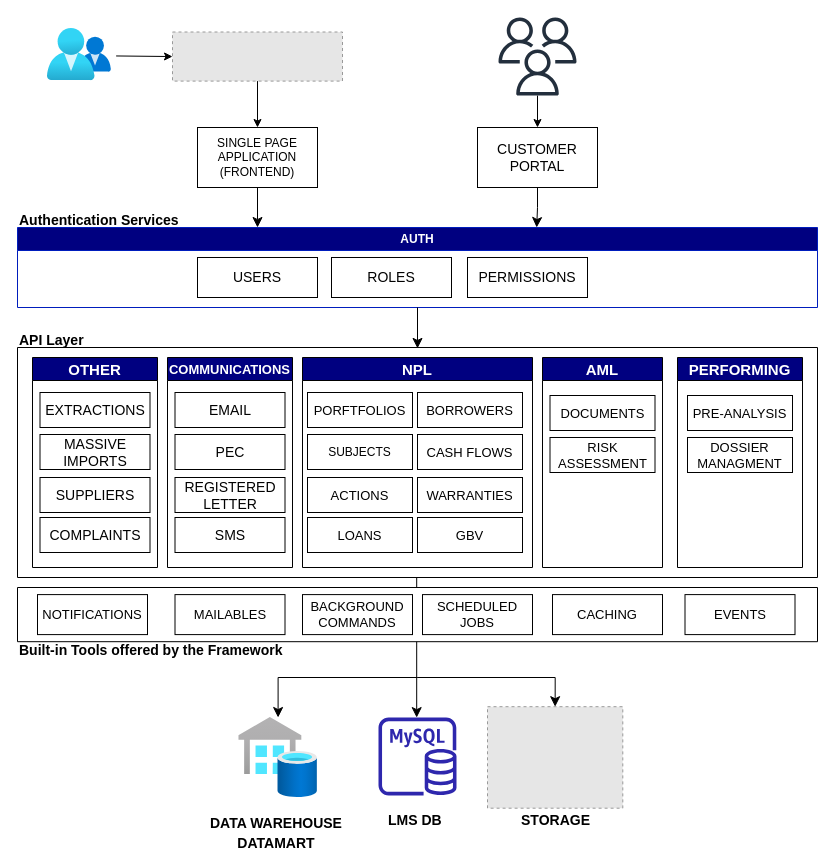
avitiello-bvi106/draw.io keeps this draw.io diagram as Diagramma senza titolo.drawio. Above is the earlier version. Source tidied: cells renumbered, new cells numbered last; positions are measured from the earlier drawing's top-left corner, leaving out a move shared by most shapes. Both pictures are drawn from the tidied source at 100%, with x=0, y=0 at pixel (17, 17). Pictures stored in the file or linked from it are replaced by grey dashed boxes.
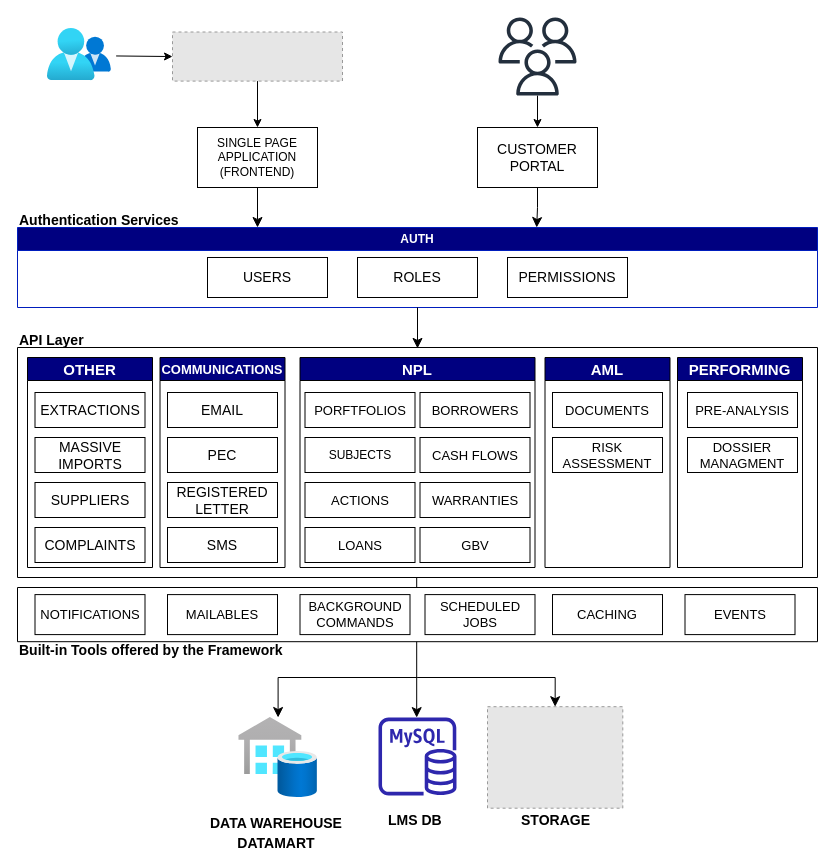
The same diagram, later.

Unchanged cells that the change refers to:
```xml
<mxCell id="8" value="AUTH" style="swimlane;whiteSpace=wrap;html=1;fillColor=#000080;fontColor=#ffffff;strokeColor=#001DBC;" parent="1" vertex="1">
  <mxGeometry y="210" width="800" height="80" as="geometry" />
</mxCell>
<mxCell id="34" value="PERFORMING" style="swimlane;fontSize=15;fillColor=#000080;fontColor=#FFF;" parent="1" vertex="1">
  <mxGeometry x="660" y="340" width="125" height="210" as="geometry" />
</mxCell>
```

Change to the diagram source:
```diff
@@
     <mxCell id="9" value="USERS" style="whiteSpace=wrap;html=1;align=center;newEdgeStyle={&quot;edgeStyle&quot;:&quot;elbowEdgeStyle&quot;,&quot;startArrow&quot;:&quot;none&quot;,&quot;endArrow&quot;:&quot;none&quot;};fontSize=14;" parent="8" vertex="1">
-      <mxGeometry x="180" y="30" width="120" height="40" as="geometry" />
+      <mxGeometry x="190" y="30" width="120" height="40" as="geometry" />
     </mxCell>
     <mxCell id="10" value="ROLES" style="whiteSpace=wrap;html=1;align=center;newEdgeStyle={&quot;edgeStyle&quot;:&quot;elbowEdgeStyle&quot;,&quot;startArrow&quot;:&quot;none&quot;,&quot;endArrow&quot;:&quot;none&quot;};fontSize=14;" parent="8" vertex="1">
-      <mxGeometry x="314" y="30" width="120" height="40" as="geometry" />
+      <mxGeometry x="340" y="30" width="120" height="40" as="geometry" />
     </mxCell>
     <mxCell id="11" value="PERMISSIONS" style="whiteSpace=wrap;html=1;align=center;newEdgeStyle={&quot;edgeStyle&quot;:&quot;elbowEdgeStyle&quot;,&quot;startArrow&quot;:&quot;none&quot;,&quot;endArrow&quot;:&quot;none&quot;};fontSize=14;" parent="8" vertex="1">
-      <mxGeometry x="450" y="30" width="120" height="40" as="geometry" />
+      <mxGeometry x="490" y="30" width="120" height="40" as="geometry" />
     </mxCell>
@@
     <mxCell id="17" value="NPL" style="swimlane;fontSize=15;startSize=23;fillColor=#000080;fontColor=#FFF;" parent="1" vertex="1">
-      <mxGeometry x="285" y="340" width="230" height="210" as="geometry" />
+      <mxGeometry x="282.5" y="340" width="235" height="210" as="geometry" />
     </mxCell>
     <mxCell id="18" value="ACTIONS" style="whiteSpace=wrap;html=1;align=center;newEdgeStyle={&quot;edgeStyle&quot;:&quot;elbowEdgeStyle&quot;,&quot;startArrow&quot;:&quot;none&quot;,&quot;endArrow&quot;:&quot;none&quot;};fontSize=13;" parent="17" vertex="1">
-      <mxGeometry x="5" y="120" width="105" height="35" as="geometry" />
+      <mxGeometry x="5" y="125" width="110" height="35" as="geometry" />
     </mxCell>
     <mxCell id="19" value="WARRANTIES" style="whiteSpace=wrap;html=1;align=center;newEdgeStyle={&quot;edgeStyle&quot;:&quot;elbowEdgeStyle&quot;,&quot;startArrow&quot;:&quot;none&quot;,&quot;endArrow&quot;:&quot;none&quot;};fontSize=13;" parent="17" vertex="1">
-      <mxGeometry x="115" y="120" width="105" height="35" as="geometry" />
+      <mxGeometry x="120" y="125" width="110" height="35" as="geometry" />
     </mxCell>
     <mxCell id="20" value="PORFTFOLIOS" style="whiteSpace=wrap;html=1;align=center;newEdgeStyle={&quot;edgeStyle&quot;:&quot;elbowEdgeStyle&quot;,&quot;startArrow&quot;:&quot;none&quot;,&quot;endArrow&quot;:&quot;none&quot;};fontSize=13;" parent="17" vertex="1">
-      <mxGeometry x="5" y="35" width="105" height="35" as="geometry" />
+      <mxGeometry x="5" y="35" width="110" height="35" as="geometry" />
     </mxCell>
     <mxCell id="21" value="CASH FLOWS" style="whiteSpace=wrap;html=1;align=center;newEdgeStyle={&quot;edgeStyle&quot;:&quot;elbowEdgeStyle&quot;,&quot;startArrow&quot;:&quot;none&quot;,&quot;endArrow&quot;:&quot;none&quot;};fontSize=13;" parent="17" vertex="1">
-      <mxGeometry x="115" y="77" width="105" height="35" as="geometry" />
+      <mxGeometry x="120" y="80" width="110" height="35" as="geometry" />
     </mxCell>
     <mxCell id="22" value="SUBJECTS" style="whiteSpace=wrap;html=1;align=center;newEdgeStyle={&quot;edgeStyle&quot;:&quot;elbowEdgeStyle&quot;,&quot;startArrow&quot;:&quot;none&quot;,&quot;endArrow&quot;:&quot;none&quot;};fontSize=12;" parent="17" vertex="1">
-      <mxGeometry x="5" y="77" width="105" height="35" as="geometry" />
+      <mxGeometry x="5" y="80" width="110" height="35" as="geometry" />
     </mxCell>
     <mxCell id="23" value="BORROWERS" style="whiteSpace=wrap;html=1;align=center;newEdgeStyle={&quot;edgeStyle&quot;:&quot;elbowEdgeStyle&quot;,&quot;startArrow&quot;:&quot;none&quot;,&quot;endArrow&quot;:&quot;none&quot;};fontSize=13;" parent="17" vertex="1">
-      <mxGeometry x="115" y="35" width="105" height="35" as="geometry" />
+      <mxGeometry x="120" y="35" width="110" height="35" as="geometry" />
     </mxCell>
     <mxCell id="24" value="LOANS" style="whiteSpace=wrap;html=1;align=center;newEdgeStyle={&quot;edgeStyle&quot;:&quot;elbowEdgeStyle&quot;,&quot;startArrow&quot;:&quot;none&quot;,&quot;endArrow&quot;:&quot;none&quot;};fontSize=13;" parent="17" vertex="1">
-      <mxGeometry x="5" y="160" width="105" height="35" as="geometry" />
+      <mxGeometry x="5" y="170" width="110" height="35" as="geometry" />
     </mxCell>
     <mxCell id="25" value="GBV" style="whiteSpace=wrap;html=1;align=center;newEdgeStyle={&quot;edgeStyle&quot;:&quot;elbowEdgeStyle&quot;,&quot;startArrow&quot;:&quot;none&quot;,&quot;endArrow&quot;:&quot;none&quot;};fontSize=13;" parent="17" vertex="1">
-      <mxGeometry x="115" y="160" width="105" height="35" as="geometry" />
+      <mxGeometry x="120" y="170" width="110" height="35" as="geometry" />
     </mxCell>
-    <mxCell id="26" value="AML" style="swimlane;fontSize=15;fillColor=#000080;fontColor=#FFF;" parent="1" vertex="1">
-      <mxGeometry x="525" y="340" width="120" height="210" as="geometry" />
-    </mxCell>
-    <mxCell id="27" value="DOCUMENTS" style="whiteSpace=wrap;html=1;align=center;newEdgeStyle={&quot;edgeStyle&quot;:&quot;elbowEdgeStyle&quot;,&quot;startArrow&quot;:&quot;none&quot;,&quot;endArrow&quot;:&quot;none&quot;};fontSize=13;" parent="26" vertex="1">
-      <mxGeometry x="7.5" y="38" width="105" height="35" as="geometry" />
-    </mxCell>
-    <mxCell id="28" value="RISK ASSESSMENT" style="whiteSpace=wrap;html=1;align=center;newEdgeStyle={&quot;edgeStyle&quot;:&quot;elbowEdgeStyle&quot;,&quot;startArrow&quot;:&quot;none&quot;,&quot;endArrow&quot;:&quot;none&quot;};fontSize=13;" parent="26" vertex="1">
-      <mxGeometry x="7.5" y="80" width="105" height="35" as="geometry" />
-    </mxCell>
-    <mxCell id="29" value="OTHER" style="swimlane;fontSize=15;fillColor=#000080;fontColor=#FFF;" parent="26" vertex="1">
-      <mxGeometry x="-510" width="125" height="210" as="geometry" />
-    </mxCell>
-    <mxCell id="30" value="SUPPLIERS" style="whiteSpace=wrap;html=1;align=center;newEdgeStyle={&quot;edgeStyle&quot;:&quot;elbowEdgeStyle&quot;,&quot;startArrow&quot;:&quot;none&quot;,&quot;endArrow&quot;:&quot;none&quot;};fontSize=14;" parent="29" vertex="1">
-      <mxGeometry x="7.5" y="120" width="110" height="35" as="geometry" />
-    </mxCell>
-    <mxCell id="31" value="COMPLAINTS" style="whiteSpace=wrap;html=1;align=center;newEdgeStyle={&quot;edgeStyle&quot;:&quot;elbowEdgeStyle&quot;,&quot;startArrow&quot;:&quot;none&quot;,&quot;endArrow&quot;:&quot;none&quot;};fontSize=14;" parent="29" vertex="1">
-      <mxGeometry x="7.5" y="160" width="110" height="35" as="geometry" />
-    </mxCell>
-    <mxCell id="32" value="EXTRACTIONS" style="whiteSpace=wrap;html=1;align=center;newEdgeStyle={&quot;edgeStyle&quot;:&quot;elbowEdgeStyle&quot;,&quot;startArrow&quot;:&quot;none&quot;,&quot;endArrow&quot;:&quot;none&quot;};fontSize=14;" parent="29" vertex="1">
-      <mxGeometry x="7.5" y="35" width="110" height="35" as="geometry" />
-    </mxCell>
-    <mxCell id="33" value="MASSIVE IMPORTS" style="whiteSpace=wrap;html=1;align=center;newEdgeStyle={&quot;edgeStyle&quot;:&quot;elbowEdgeStyle&quot;,&quot;startArrow&quot;:&quot;none&quot;,&quot;endArrow&quot;:&quot;none&quot;};fontSize=14;" parent="29" vertex="1">
-      <mxGeometry x="7.5" y="77" width="110" height="35" as="geometry" />
-    </mxCell>
@@
     <mxCell id="35" value="PRE-ANALYSIS" style="whiteSpace=wrap;html=1;align=center;newEdgeStyle={&quot;edgeStyle&quot;:&quot;elbowEdgeStyle&quot;,&quot;startArrow&quot;:&quot;none&quot;,&quot;endArrow&quot;:&quot;none&quot;};fontSize=13;" parent="34" vertex="1">
-      <mxGeometry x="10" y="38" width="105" height="35" as="geometry" />
+      <mxGeometry x="10" y="35" width="110" height="35" as="geometry" />
     </mxCell>
     <mxCell id="36" value="DOSSIER MANAGMENT" style="whiteSpace=wrap;html=1;align=center;newEdgeStyle={&quot;edgeStyle&quot;:&quot;elbowEdgeStyle&quot;,&quot;startArrow&quot;:&quot;none&quot;,&quot;endArrow&quot;:&quot;none&quot;};fontSize=13;" parent="34" vertex="1">
-      <mxGeometry x="10" y="80" width="105" height="35" as="geometry" />
+      <mxGeometry x="10" y="80" width="110" height="35" as="geometry" />
     </mxCell>
@@
     <mxCell id="45" value="NOTIFICATIONS" style="whiteSpace=wrap;html=1;align=center;newEdgeStyle={&quot;edgeStyle&quot;:&quot;elbowEdgeStyle&quot;,&quot;startArrow&quot;:&quot;none&quot;,&quot;endArrow&quot;:&quot;none&quot;};fontSize=13;" parent="1" vertex="1">
-      <mxGeometry x="20" y="577.1" width="110" height="40" as="geometry" />
+      <mxGeometry x="17.5" y="577.1" width="110" height="40" as="geometry" />
     </mxCell>
     <mxCell id="46" value="MAILABLES" style="whiteSpace=wrap;html=1;align=center;newEdgeStyle={&quot;edgeStyle&quot;:&quot;elbowEdgeStyle&quot;,&quot;startArrow&quot;:&quot;none&quot;,&quot;endArrow&quot;:&quot;none&quot;};fontSize=13;" parent="1" vertex="1">
-      <mxGeometry x="157.5" y="577.1" width="110" height="40" as="geometry" />
+      <mxGeometry x="150" y="577.1" width="110" height="40" as="geometry" />
     </mxCell>
     <mxCell id="47" value="BACKGROUND COMMANDS" style="whiteSpace=wrap;html=1;align=center;newEdgeStyle={&quot;edgeStyle&quot;:&quot;elbowEdgeStyle&quot;,&quot;startArrow&quot;:&quot;none&quot;,&quot;endArrow&quot;:&quot;none&quot;};fontSize=13;" parent="1" vertex="1">
-      <mxGeometry x="285" y="577.1" width="110" height="40" as="geometry" />
+      <mxGeometry x="282.5" y="577.1" width="110" height="40" as="geometry" />
     </mxCell>
     <mxCell id="48" value="SCHEDULED JOBS" style="whiteSpace=wrap;html=1;align=center;newEdgeStyle={&quot;edgeStyle&quot;:&quot;elbowEdgeStyle&quot;,&quot;startArrow&quot;:&quot;none&quot;,&quot;endArrow&quot;:&quot;none&quot;};fontSize=13;" parent="1" vertex="1">
-      <mxGeometry x="405" y="577.1" width="110" height="40" as="geometry" />
+      <mxGeometry x="407.5" y="577.1" width="110" height="40" as="geometry" />
     </mxCell>
@@
     <mxCell id="57" value="COMMUNICATIONS" style="swimlane;fontSize=13;fillColor=#000080;fontColor=#FFF;" parent="1" vertex="1">
-      <mxGeometry x="150" y="340" width="125" height="210" as="geometry" />
+      <mxGeometry x="142.5" y="340" width="125" height="210" as="geometry" />
     </mxCell>
@@
     <mxCell id="59" value="PEC" style="whiteSpace=wrap;html=1;align=center;newEdgeStyle={&quot;edgeStyle&quot;:&quot;elbowEdgeStyle&quot;,&quot;startArrow&quot;:&quot;none&quot;,&quot;endArrow&quot;:&quot;none&quot;};fontSize=14;" parent="57" vertex="1">
-      <mxGeometry x="7.5" y="77" width="110" height="35" as="geometry" />
+      <mxGeometry x="7.5" y="80" width="110" height="35" as="geometry" />
     </mxCell>
     <mxCell id="60" value="SMS" style="whiteSpace=wrap;html=1;align=center;newEdgeStyle={&quot;edgeStyle&quot;:&quot;elbowEdgeStyle&quot;,&quot;startArrow&quot;:&quot;none&quot;,&quot;endArrow&quot;:&quot;none&quot;};fontSize=14;imageWidth=24;" parent="57" vertex="1">
-      <mxGeometry x="7.5" y="160" width="110" height="35" as="geometry" />
+      <mxGeometry x="7.5" y="170" width="110" height="35" as="geometry" />
     </mxCell>
     <mxCell id="61" value="REGISTERED LETTER" style="whiteSpace=wrap;html=1;align=center;newEdgeStyle={&quot;edgeStyle&quot;:&quot;elbowEdgeStyle&quot;,&quot;startArrow&quot;:&quot;none&quot;,&quot;endArrow&quot;:&quot;none&quot;};fontSize=14;" parent="57" vertex="1">
-      <mxGeometry x="7.5" y="120" width="110" height="35" as="geometry" />
+      <mxGeometry x="7.5" y="125" width="110" height="35" as="geometry" />
     </mxCell>
+    <mxCell id="29" value="OTHER" style="swimlane;fontSize=15;fillColor=#000080;fontColor=#FFF;" parent="1" vertex="1">
+      <mxGeometry x="10" y="340" width="125" height="210" as="geometry" />
+    </mxCell>
+    <mxCell id="30" value="SUPPLIERS" style="whiteSpace=wrap;html=1;align=center;newEdgeStyle={&quot;edgeStyle&quot;:&quot;elbowEdgeStyle&quot;,&quot;startArrow&quot;:&quot;none&quot;,&quot;endArrow&quot;:&quot;none&quot;};fontSize=14;" parent="29" vertex="1">
+      <mxGeometry x="7.5" y="125" width="110" height="35" as="geometry" />
+    </mxCell>
+    <mxCell id="31" value="COMPLAINTS" style="whiteSpace=wrap;html=1;align=center;newEdgeStyle={&quot;edgeStyle&quot;:&quot;elbowEdgeStyle&quot;,&quot;startArrow&quot;:&quot;none&quot;,&quot;endArrow&quot;:&quot;none&quot;};fontSize=14;" parent="29" vertex="1">
+      <mxGeometry x="7.5" y="170" width="110" height="35" as="geometry" />
+    </mxCell>
+    <mxCell id="32" value="EXTRACTIONS" style="whiteSpace=wrap;html=1;align=center;newEdgeStyle={&quot;edgeStyle&quot;:&quot;elbowEdgeStyle&quot;,&quot;startArrow&quot;:&quot;none&quot;,&quot;endArrow&quot;:&quot;none&quot;};fontSize=14;" parent="29" vertex="1">
+      <mxGeometry x="7.5" y="35" width="110" height="35" as="geometry" />
+    </mxCell>
+    <mxCell id="33" value="MASSIVE IMPORTS" style="whiteSpace=wrap;html=1;align=center;newEdgeStyle={&quot;edgeStyle&quot;:&quot;elbowEdgeStyle&quot;,&quot;startArrow&quot;:&quot;none&quot;,&quot;endArrow&quot;:&quot;none&quot;};fontSize=14;" parent="29" vertex="1">
+      <mxGeometry x="7.5" y="80" width="110" height="35" as="geometry" />
+    </mxCell>
+    <mxCell id="62" style="group;" parent="1" vertex="1">
+      <mxGeometry x="527.5" y="340" width="125" height="210" as="geometry" />
+    </mxCell>
+    <mxCell id="26" value="AML" style="swimlane;fontSize=15;fillColor=#000080;fontColor=#FFF;" parent="62" vertex="1">
+      <mxGeometry width="125" height="210" as="geometry" />
+    </mxCell>
+    <mxCell id="27" value="DOCUMENTS" style="whiteSpace=wrap;html=1;align=center;newEdgeStyle={&quot;edgeStyle&quot;:&quot;elbowEdgeStyle&quot;,&quot;startArrow&quot;:&quot;none&quot;,&quot;endArrow&quot;:&quot;none&quot;};fontSize=13;" parent="62" vertex="1">
+      <mxGeometry x="7.5" y="35" width="110" height="35" as="geometry" />
+    </mxCell>
+    <mxCell id="28" value="RISK ASSESSMENT" style="whiteSpace=wrap;html=1;align=center;newEdgeStyle={&quot;edgeStyle&quot;:&quot;elbowEdgeStyle&quot;,&quot;startArrow&quot;:&quot;none&quot;,&quot;endArrow&quot;:&quot;none&quot;};fontSize=13;" parent="62" vertex="1">
+      <mxGeometry x="7.5" y="80" width="110" height="35" as="geometry" />
+    </mxCell>
```
